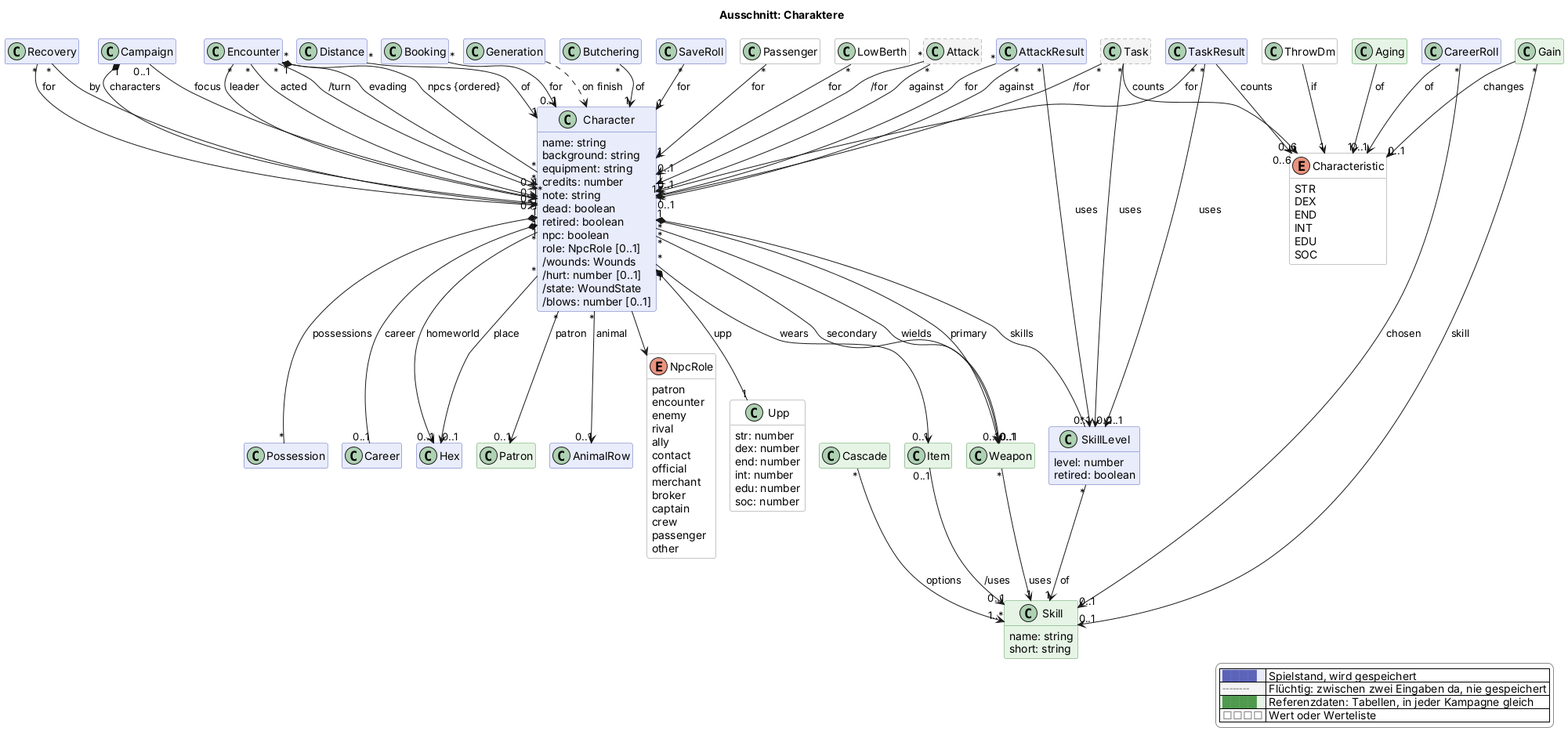
The PlantUML diagram docs/views/charakter.png in scuzzar/SRE, before a commit. Its diagram source:
```plantuml
@startuml
!if %not(%variable_exists("$change"))
!$change = "*"
!endif
!function $marked($c)
!return $change == "*" || $change == $c
!endfunction
!function $new($c, $t)
!if $marked($c)
!return "<color:#d0021b><b>" + $t + "</b></color>"
!endif
!return $t
!endfunction
!procedure $gone($c, $t)
!if $marked($c)
<color:#d0021b><s>$t</s></color>
!endif
!endprocedure
!function $newClass($c)
!if $marked($c)
!return "#line:d0021b;line.bold"
!endif
!return ""
!endfunction
!function $newArrow($c)
!if $marked($c)
!return "[#d0021b,bold]"
!endif
!return ""
!endfunction
!function $goneArrow($c)
!if $marked($c)
!return "[#d0021b,dashed]"
!endif
!return ""
!endfunction
!pragma layout smetana
title Ausschnitt: Charaktere
hide empty members
hide methods
skinparam classAttributeIconSize 0
skinparam shadowing false
skinparam packageStyle rectangle
skinparam class {
  BackgroundColor #e8ecfb
  BorderColor #5b64b8
  BackgroundColor<<transient>> #f4f4f4
  BorderColor<<transient>> #8a8a8a
  BackgroundColor<<reference>> #e6f4e6
  BorderColor<<reference>> #4f9a4f
  BackgroundColor<<value>> #ffffff
  BorderColor<<value>> #8a8a8a
}
skinparam legendBackgroundColor #ffffff
skinparam legendBorderColor #8a8a8a
<style>
classDiagram {
  class {
    .transient {
      LineStyle 5-3
    }
  }
}
</style>
hide <<transient>> stereotype
hide <<reference>> stereotype
hide <<value>> stereotype

  class Campaign $kampagne
  class Booking $shop
  class Character $charakter {
    name: string
    background: string
    equipment: string
    credits: number
    note: string
    dead: boolean
    retired: boolean
    npc: boolean
    role: NpcRole [0..1]
    /wounds: Wounds
    /hurt: number [0..1]
    /state: WoundState
    /blows: number [0..1]
  }
  enum NpcRole <<value>> $charakter {
    patron
    encounter
    enemy
    rival
    ally
    contact
    official
    merchant
    broker
    captain
    crew
    passenger
    other
  }
  class Upp <<value>> $charakter {
    str: number
    dex: number
    end: number
    int: number
    edu: number
    soc: number
  }
  class SkillLevel $charakter {
    level: number
    retired: boolean
  }
  class Possession $shop

  class Generation $erschaffung
  class Career $erschaffung
  class CareerRoll $erschaffung

  class Hex $sektor

  class Butchering $begegnung
  class SaveRoll $begegnung

  class Passenger <<value>> $reise
  class LowBerth <<value>> $reise

  class Task <<transient>> $probe
  class TaskResult $probe
  class Attack <<transient>> $kampf
  class AttackResult $kampf
  class Recovery $kampf
  class Encounter $begegnung
  class Distance $begegnung
  class Patron <<reference>> $begegnung
  class AnimalRow $begegnung

  class Skill <<reference>> $charakter {
    name: string
    short: string
  }
  class ThrowDm <<value>> $erschaffung
  class Gain <<reference>> $erschaffung
  class Item <<reference>> $shop
  class Weapon <<reference>> $kampf
  class Cascade <<reference>> $erschaffung
  class Aging <<reference>> $erschaffung
  enum Characteristic <<value>> $charakter {
    STR
    DEX
    END
    INT
    EDU
    SOC
  }

Campaign "1" *-- "*" Character : characters
Campaign "0..1" --> "0..1" Character : focus
Booking "*" --> "0..1" Character : for

Passenger "*" --> "1" Character : for
LowBerth "*" --> "0..1" Character : for

Generation ..> Character : on finish
Character "1" *-- "0..1" Career : career
Character "*" --> "0..1" Hex : homeworld
Character "*" --> "0..1" Hex : place
Character "*" --> "0..1" Patron : patron
Character --> NpcRole
CareerRoll --> "0..1" Characteristic : of
CareerRoll "*" --> "0..1" Skill : chosen

ThrowDm --> "1" Characteristic : if
Gain "*" --> "0..1" Skill : skill
Gain --> "0..1" Characteristic : changes
Cascade "*" --> "1..*" Skill : options
Aging --> "1" Characteristic : of


Character "1" *-- "1" Upp : upp
Character "1" *-- "*" SkillLevel : skills
SkillLevel "*" --> "1" Skill : of
Character "1" *-- "*" Possession : possessions
Item "0..1" --> "0..1" Skill : /uses
Character "*" --> "0..1" Weapon : wields
Character "*" --> "0..1" Weapon : primary
Character "*" --> "0..1" Weapon : secondary

Weapon "*" --> "1" Skill : uses

Recovery "*" --> "1" Character : for
Recovery "*" --> "0..1" Character : by
Butchering "*" --> "1" Character : of
TaskResult "*" --> "1" Character : for
TaskResult "*" --> "0..1" SkillLevel : uses
TaskResult --> "0..6" Characteristic : counts

Task "*" --> "1" Character : /for
Task "*" --> "0..1" SkillLevel : uses
Task --> "0..6" Characteristic : counts

Attack "*" --> "1" Character : /for
Attack "*" --> "0..1" Character : against
AttackResult "*" --> "1" Character : for
AttackResult "*" --> "0..1" Character : against
AttackResult "*" --> "0..1" SkillLevel : uses

SaveRoll "*" --> "1" Character : for
Character "*" --> "0..1" AnimalRow : animal
Encounter "1" *-- "*" Character : npcs {ordered}
Encounter "*" --> "0..1" Character : leader
Encounter "*" --> "*" Character : acted
Encounter "*" --> "0..1" Character : /turn
Distance "*" --> "1" Character : of
Encounter "*" --> "*" Character : evading
Character "*" --> "0..1" Item : wears



legend right
  |<#e8ecfb> <color:#5b64b8>████</color> | Spielstand, wird gespeichert |
  |<#f4f4f4> <color:#8a8a8a>╌╌╌╌</color> | Flüchtig: zwischen zwei Eingaben da, nie gespeichert |
  |<#e6f4e6> <color:#4f9a4f>████</color> | Referenzdaten: Tabellen, in jeder Kampagne gleich |
  |<#ffffff> <color:#8a8a8a>□□□□</color> | Wert oder Werteliste |
endlegend
@enduml
```
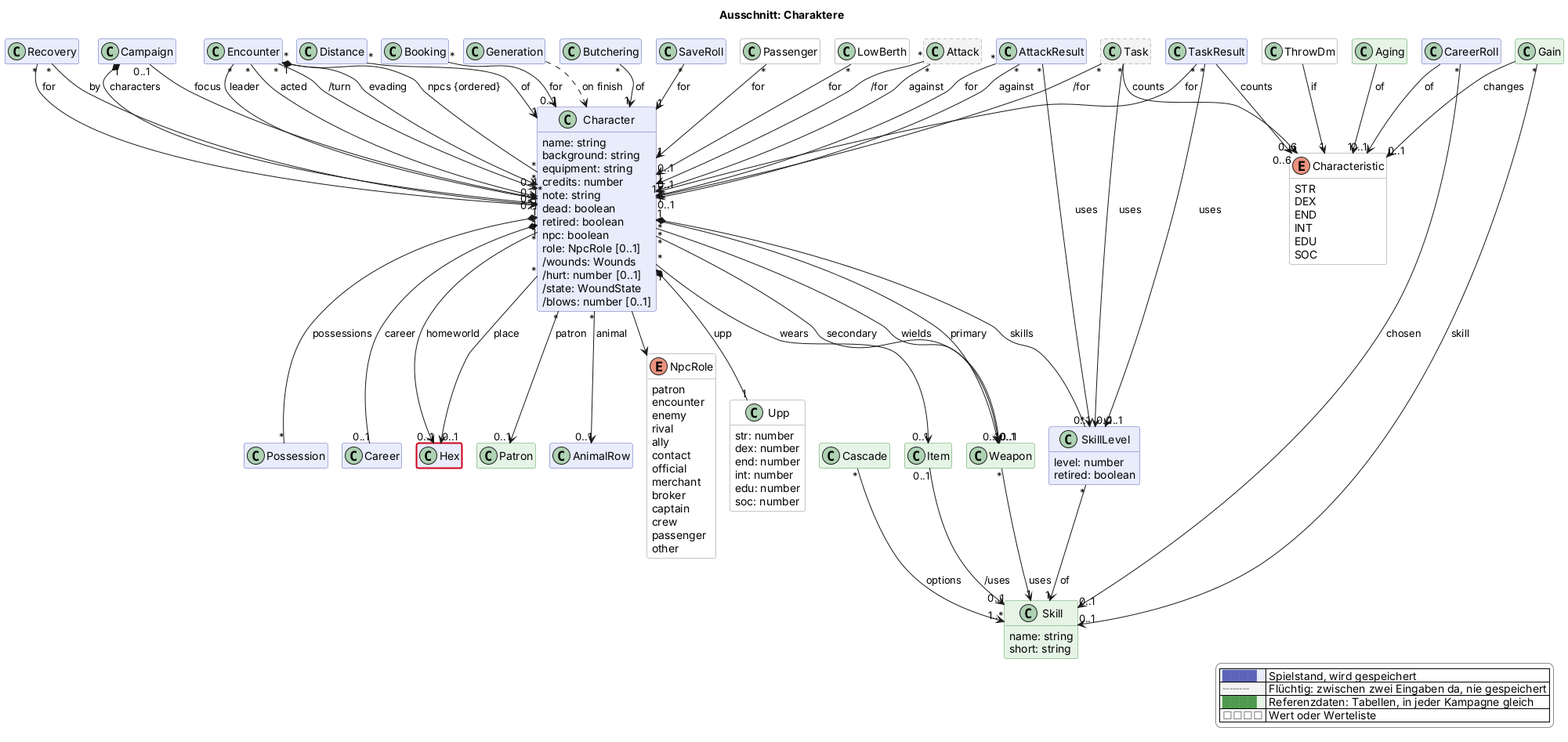
After the change.

Change to the diagram source:
```diff
@@ -222,4 +222,5 @@
   |<#e6f4e6> <color:#4f9a4f>████</color> | Referenzdaten: Tabellen, in jeder Kampagne gleich |
   |<#ffffff> <color:#8a8a8a>□□□□</color> | Wert oder Werteliste |
 endlegend
+class Hex #line:d0021b;line.bold
 @enduml
```
